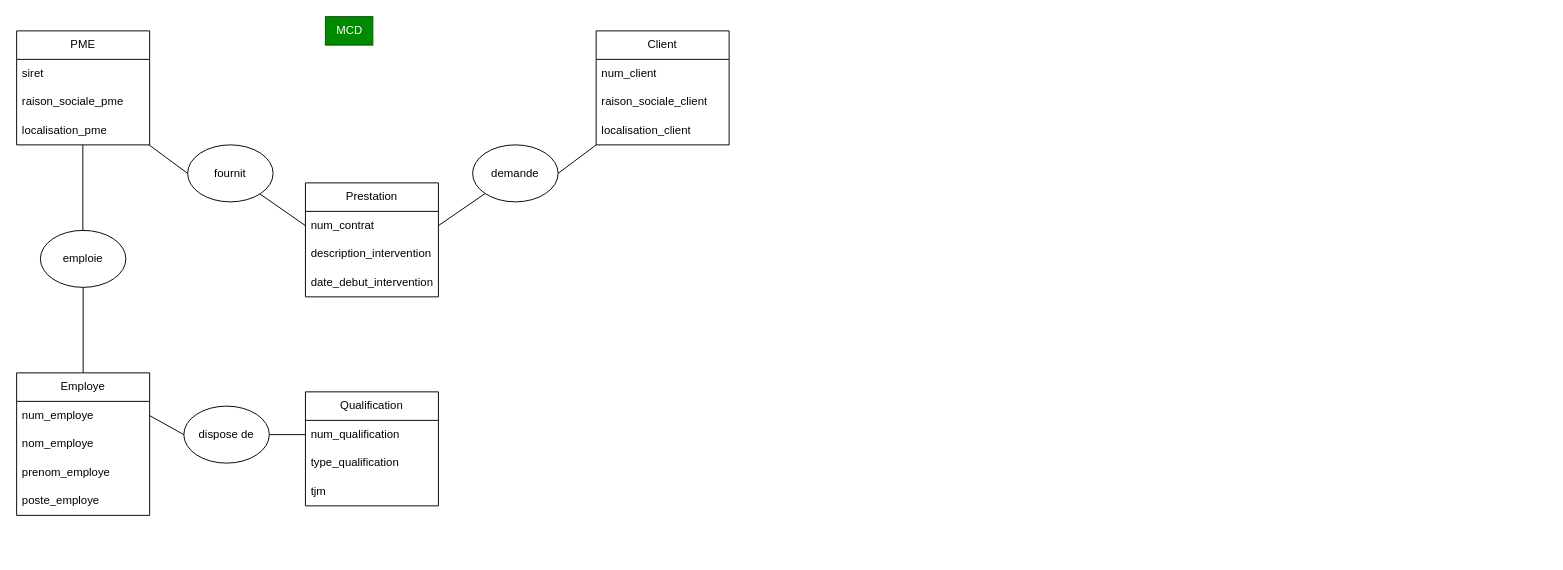
The draw.io diagram Formation_CDA/99_Remediation/01_ModélisationBDD/Sujet1.drawio in JaceyStew6/CDA_M2i, before the edit. Source tidied: cells renumbered, new cells numbered last; positions are measured from the earlier drawing's top-left corner, leaving out a move shared by most shapes. Both pictures are drawn from the tidied source at 95%, with x=0, y=0 at pixel (16, 16).
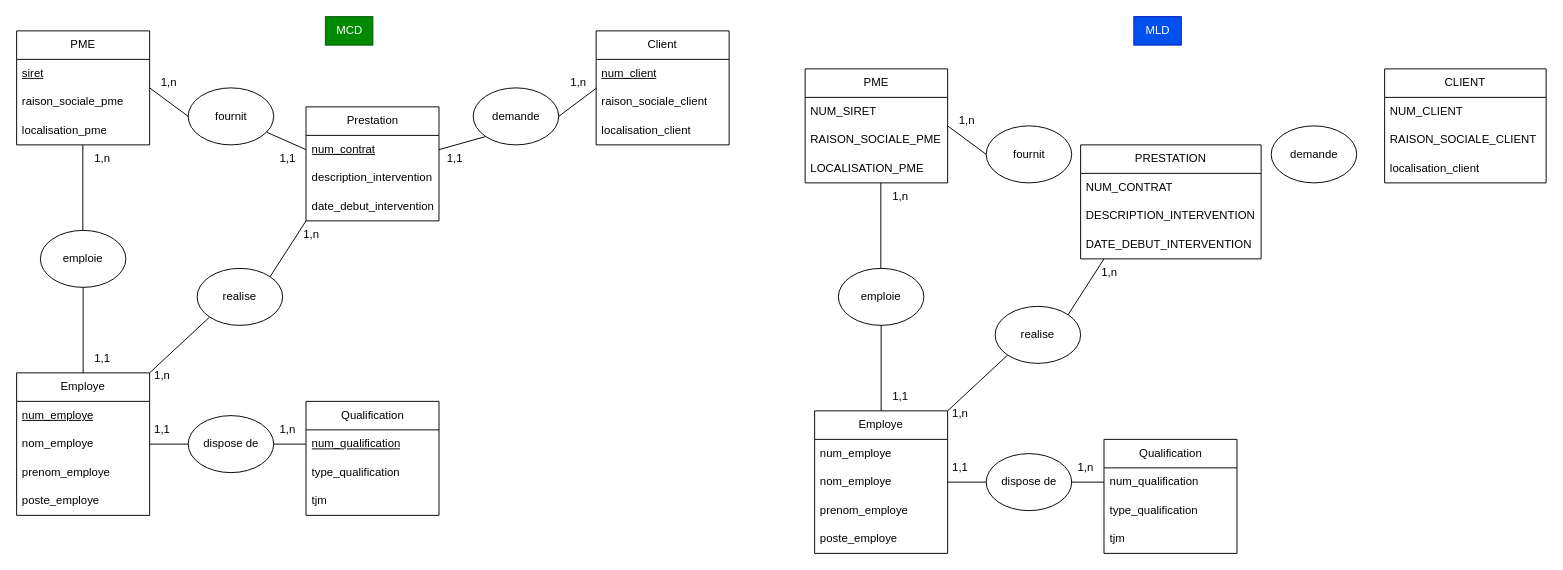
Above is the later version.

Commit message:
Remediation: maj sujet 1 modelisation BDD

The change refers to these unchanged cells:
```xml
<mxCell id="2" value="Employe" style="swimlane;fontStyle=0;horizontal=1;startSize=30;whiteSpace=wrap;html=1;" parent="1" vertex="1">
  <mxGeometry y="375" width="140" height="150" as="geometry" />
</mxCell>
<mxCell id="4" value="nom_employe" style="text;strokeColor=none;fillColor=none;align=left;verticalAlign=middle;spacingLeft=4;spacingRight=4;overflow=hidden;points=[[0,0.5],[1,0.5]];portConstraint=eastwest;whiteSpace=wrap;html=1;" parent="2" vertex="1">
  <mxGeometry y="60" width="140" height="30" as="geometry" />
</mxCell>
<mxCell id="7" value="Client" style="swimlane;fontStyle=0;horizontal=1;startSize=30;whiteSpace=wrap;html=1;" parent="1" vertex="1">
  <mxGeometry x="610" y="15" width="140" height="120" as="geometry" />
</mxCell>
<mxCell id="10" value="localisation_client" style="text;strokeColor=none;fillColor=none;align=left;verticalAlign=middle;spacingLeft=4;spacingRight=4;overflow=hidden;points=[[0,0.5],[1,0.5]];portConstraint=eastwest;whiteSpace=wrap;html=1;" parent="7" vertex="1">
  <mxGeometry y="90" width="140" height="30" as="geometry" />
</mxCell>
<mxCell id="11" value="PME" style="swimlane;fontStyle=0;horizontal=1;startSize=30;whiteSpace=wrap;html=1;" parent="1" vertex="1">
  <mxGeometry y="15" width="140" height="120" as="geometry" />
</mxCell>
```

What changed in the source:
```diff
@@
-    <mxCell id="3" value="num_employe" style="text;strokeColor=none;fillColor=none;align=left;verticalAlign=middle;spacingLeft=4;spacingRight=4;overflow=hidden;points=[[0,0.5],[1,0.5]];portConstraint=eastwest;whiteSpace=wrap;html=1;" parent="2" vertex="1">
+    <mxCell id="3" value="&lt;u&gt;num_employe&lt;/u&gt;" style="text;strokeColor=none;fillColor=none;align=left;verticalAlign=middle;spacingLeft=4;spacingRight=4;overflow=hidden;points=[[0,0.5],[1,0.5]];portConstraint=eastwest;whiteSpace=wrap;html=1;" parent="2" vertex="1">
       <mxGeometry y="30" width="140" height="30" as="geometry" />
     </mxCell>
@@
-    <mxCell id="8" value="num_client" style="text;strokeColor=none;fillColor=none;align=left;verticalAlign=middle;spacingLeft=4;spacingRight=4;overflow=hidden;whiteSpace=wrap;html=1;" parent="7" vertex="1">
+    <mxCell id="8" value="&lt;u&gt;num_client&lt;/u&gt;" style="text;strokeColor=none;fillColor=none;align=left;verticalAlign=middle;spacingLeft=4;spacingRight=4;overflow=hidden;whiteSpace=wrap;html=1;" parent="7" vertex="1">
       <mxGeometry y="30" width="140" height="30" as="geometry" />
     </mxCell>
@@
-    <mxCell id="12" value="siret" style="text;strokeColor=none;fillColor=none;align=left;verticalAlign=middle;spacingLeft=4;spacingRight=4;overflow=hidden;whiteSpace=wrap;html=1;" parent="11" vertex="1">
+    <mxCell id="12" value="&lt;u&gt;siret&lt;/u&gt;" style="text;strokeColor=none;fillColor=none;align=left;verticalAlign=middle;spacingLeft=4;spacingRight=4;overflow=hidden;whiteSpace=wrap;html=1;" parent="11" vertex="1">
       <mxGeometry y="30" width="140" height="30" as="geometry" />
     </mxCell>
@@
     <mxCell id="15" value="Prestation" style="swimlane;fontStyle=0;horizontal=1;startSize=30;whiteSpace=wrap;html=1;" parent="1" vertex="1">
-      <mxGeometry x="304" y="175" width="140" height="120" as="geometry" />
+      <mxGeometry x="304.6" y="95" width="140" height="120" as="geometry" />
     </mxCell>
-    <mxCell id="16" value="num_contrat" style="text;strokeColor=none;fillColor=none;align=left;verticalAlign=middle;spacingLeft=4;spacingRight=4;overflow=hidden;points=[[0,0.5],[1,0.5]];portConstraint=eastwest;whiteSpace=wrap;html=1;" parent="15" vertex="1">
+    <mxCell id="16" value="&lt;u&gt;num_contrat&lt;/u&gt;" style="text;strokeColor=none;fillColor=none;align=left;verticalAlign=middle;spacingLeft=4;spacingRight=4;overflow=hidden;points=[[0,0.5],[1,0.5]];portConstraint=eastwest;whiteSpace=wrap;html=1;" parent="15" vertex="1">
       <mxGeometry y="30" width="140" height="30" as="geometry" />
     </mxCell>
@@
     <mxCell id="19" value="Qualification" style="swimlane;fontStyle=0;horizontal=1;startSize=30;whiteSpace=wrap;html=1;" parent="1" vertex="1">
-      <mxGeometry x="304" y="395" width="140" height="120" as="geometry" />
+      <mxGeometry x="304.6" y="405" width="140" height="120" as="geometry" />
     </mxCell>
-    <mxCell id="20" value="num_qualification" style="text;strokeColor=none;fillColor=none;align=left;verticalAlign=middle;spacingLeft=4;spacingRight=4;overflow=hidden;points=[[0,0.5],[1,0.5]];portConstraint=eastwest;whiteSpace=wrap;html=1;" parent="19" vertex="1">
+    <mxCell id="20" value="&lt;u&gt;num_qualification&lt;/u&gt;" style="text;strokeColor=none;fillColor=none;align=left;verticalAlign=middle;spacingLeft=4;spacingRight=4;overflow=hidden;points=[[0,0.5],[1,0.5]];portConstraint=eastwest;whiteSpace=wrap;html=1;" parent="19" vertex="1">
       <mxGeometry y="30" width="140" height="30" as="geometry" />
     </mxCell>
@@
     <mxCell id="24" value="fournit" style="ellipse;whiteSpace=wrap;html=1;" parent="1" vertex="1">
-      <mxGeometry x="180" y="135" width="90" height="60" as="geometry" />
+      <mxGeometry x="180.6" y="75" width="90" height="60" as="geometry" />
     </mxCell>
     <mxCell id="25" value="demande" style="ellipse;whiteSpace=wrap;html=1;" parent="1" vertex="1">
-      <mxGeometry x="480" y="135" width="90" height="60" as="geometry" />
+      <mxGeometry x="480.6" y="75" width="90" height="60" as="geometry" />
     </mxCell>
     <mxCell id="26" value="dispose de" style="ellipse;whiteSpace=wrap;html=1;" parent="1" vertex="1">
-      <mxGeometry x="176" y="410" width="90" height="60" as="geometry" />
+      <mxGeometry x="180.6" y="420" width="90" height="60" as="geometry" />
     </mxCell>
@@
-    <mxCell id="28" style="endArrow=none;html=1;entryX=0;entryY=0.5;entryDx=0;entryDy=0;exitX=1;exitY=0.5;exitDx=0;exitDy=0;" parent="1" edge="1" source="3" target="26">
+    <mxCell id="28" style="endArrow=none;html=1;entryX=0;entryY=0.5;entryDx=0;entryDy=0;exitX=1;exitY=0.5;exitDx=0;exitDy=0;" parent="1" edge="1" source="4" target="26">
       <mxGeometry relative="1" as="geometry" />
     </mxCell>
@@
     <mxCell id="31" style="endArrow=none;html=1;entryX=0;entryY=0.5;entryDx=0;entryDy=0;" parent="1" edge="1" target="24">
       <mxGeometry relative="1" as="geometry">
-        <mxPoint x="139.4" y="135" as="sourcePoint" />
+        <mxPoint x="140" y="75" as="sourcePoint" />
       </mxGeometry>
     </mxCell>
@@
-    <mxCell id="34" style="endArrow=none;html=1;entryX=0;entryY=1;entryDx=0;entryDy=0;exitX=1;exitY=0.5;exitDx=0;exitDy=0;entryPerimeter=0;" parent="1" edge="1" source="25" target="10">
-      <mxGeometry relative="1" as="geometry" />
+    <mxCell id="34" style="endArrow=none;html=1;entryX=0;entryY=1;entryDx=0;entryDy=0;exitX=1;exitY=0.5;exitDx=0;exitDy=0;entryPerimeter=0;" parent="1" edge="1" source="25">
+      <mxGeometry relative="1" as="geometry">
+        <mxPoint x="610.6" y="75" as="targetPoint" />
+      </mxGeometry>
     </mxCell>
@@
+    <mxCell id="36" value="1,n" style="text;html=1;align=center;verticalAlign=middle;strokeColor=none;fillColor=none;" parent="1" vertex="1">
+      <mxGeometry x="140" y="55" width="40" height="30" as="geometry" />
+    </mxCell>
+    <mxCell id="37" value="1,1" style="text;html=1;align=center;verticalAlign=middle;strokeColor=none;fillColor=none;" parent="1" vertex="1">
+      <mxGeometry x="264.6" y="135" width="40" height="30" as="geometry" />
+    </mxCell>
+    <mxCell id="38" value="1,n" style="text;html=1;align=center;verticalAlign=middle;strokeColor=none;fillColor=none;" parent="1" vertex="1">
+      <mxGeometry x="70" y="135" width="40" height="30" as="geometry" />
+    </mxCell>
+    <mxCell id="39" value="1,1" style="text;html=1;align=center;verticalAlign=middle;strokeColor=none;fillColor=none;" parent="1" vertex="1">
+      <mxGeometry x="70" y="345" width="40" height="30" as="geometry" />
+    </mxCell>
+    <mxCell id="40" value="realise" style="ellipse;whiteSpace=wrap;html=1;" parent="1" vertex="1">
+      <mxGeometry x="190" y="265" width="90" height="60" as="geometry" />
+    </mxCell>
+    <mxCell id="41" style="endArrow=none;html=1;exitX=0;exitY=1;exitDx=0;exitDy=0;entryX=1;entryY=0;entryDx=0;entryDy=0;" parent="1" edge="1" source="40" target="2">
+      <mxGeometry relative="1" as="geometry" />
+    </mxCell>
+    <mxCell id="42" style="endArrow=none;html=1;exitX=0;exitY=1;exitDx=0;exitDy=0;entryX=1;entryY=0;entryDx=0;entryDy=0;" parent="1" edge="1" target="40">
+      <mxGeometry relative="1" as="geometry">
+        <mxPoint x="304.6" y="215" as="sourcePoint" />
+      </mxGeometry>
+    </mxCell>
+    <mxCell id="43" value="1,n" style="text;html=1;align=center;verticalAlign=middle;strokeColor=none;fillColor=none;" parent="1" vertex="1">
+      <mxGeometry x="133" y="363" width="40" height="30" as="geometry" />
+    </mxCell>
+    <mxCell id="44" value="1,n" style="text;html=1;align=center;verticalAlign=middle;strokeColor=none;fillColor=none;" parent="1" vertex="1">
+      <mxGeometry x="290" y="215" width="40" height="30" as="geometry" />
+    </mxCell>
+    <mxCell id="45" value="1,1" style="text;html=1;align=center;verticalAlign=middle;strokeColor=none;fillColor=none;" parent="1" vertex="1">
+      <mxGeometry x="440.6" y="135" width="40" height="30" as="geometry" />
+    </mxCell>
+    <mxCell id="46" value="1,n" style="text;html=1;align=center;verticalAlign=middle;strokeColor=none;fillColor=none;" parent="1" vertex="1">
+      <mxGeometry x="570.6" y="55" width="40" height="30" as="geometry" />
+    </mxCell>
+    <mxCell id="47" value="1,1" style="text;html=1;align=center;verticalAlign=middle;strokeColor=none;fillColor=none;" parent="1" vertex="1">
+      <mxGeometry x="133" y="420" width="40" height="30" as="geometry" />
+    </mxCell>
+    <mxCell id="48" value="1,n" style="text;html=1;align=center;verticalAlign=middle;strokeColor=none;fillColor=none;" parent="1" vertex="1">
+      <mxGeometry x="264.6" y="420" width="40" height="30" as="geometry" />
+    </mxCell>
+    <mxCell id="49" value="Employe" style="swimlane;fontStyle=0;horizontal=1;startSize=30;whiteSpace=wrap;html=1;" parent="1" vertex="1">
+      <mxGeometry x="840" y="415" width="140" height="150" as="geometry" />
+    </mxCell>
+    <mxCell id="50" value="num_employe" style="text;strokeColor=none;fillColor=none;align=left;verticalAlign=middle;spacingLeft=4;spacingRight=4;overflow=hidden;whiteSpace=wrap;html=1;" parent="49" vertex="1">
+      <mxGeometry y="30" width="140" height="30" as="geometry" />
+    </mxCell>
+    <mxCell id="51" value="nom_employe" style="text;strokeColor=none;fillColor=none;align=left;verticalAlign=middle;spacingLeft=4;spacingRight=4;overflow=hidden;points=[[0,0.5],[1,0.5]];portConstraint=eastwest;whiteSpace=wrap;html=1;" parent="49" vertex="1">
+      <mxGeometry y="60" width="140" height="30" as="geometry" />
+    </mxCell>
+    <mxCell id="52" value="prenom_employe" style="text;strokeColor=none;fillColor=none;align=left;verticalAlign=middle;spacingLeft=4;spacingRight=4;overflow=hidden;whiteSpace=wrap;html=1;" parent="49" vertex="1">
+      <mxGeometry y="90" width="140" height="30" as="geometry" />
+    </mxCell>
+    <mxCell id="53" value="poste_employe" style="text;strokeColor=none;fillColor=none;align=left;verticalAlign=middle;spacingLeft=4;spacingRight=4;overflow=hidden;whiteSpace=wrap;html=1;" parent="49" vertex="1">
+      <mxGeometry y="120" width="140" height="30" as="geometry" />
+    </mxCell>
+    <mxCell id="54" value="CLIENT" style="swimlane;fontStyle=0;horizontal=1;startSize=30;whiteSpace=wrap;html=1;" parent="1" vertex="1">
+      <mxGeometry x="1440" y="55" width="170" height="120" as="geometry" />
+    </mxCell>
+    <mxCell id="55" value="NUM_CLIENT" style="text;strokeColor=none;fillColor=none;align=left;verticalAlign=middle;spacingLeft=4;spacingRight=4;overflow=hidden;whiteSpace=wrap;html=1;" parent="54" vertex="1">
+      <mxGeometry y="30" width="170" height="30" as="geometry" />
+    </mxCell>
+    <mxCell id="56" value="RAISON_SOCIALE_CLIENT" style="text;strokeColor=none;fillColor=none;align=left;verticalAlign=middle;spacingLeft=4;spacingRight=4;overflow=hidden;whiteSpace=wrap;html=1;" parent="54" vertex="1">
+      <mxGeometry y="60" width="170" height="30" as="geometry" />
+    </mxCell>
+    <mxCell id="57" value="localisation_client" style="text;strokeColor=none;fillColor=none;align=left;verticalAlign=middle;spacingLeft=4;spacingRight=4;overflow=hidden;whiteSpace=wrap;html=1;" parent="54" vertex="1">
+      <mxGeometry y="90" width="170" height="30" as="geometry" />
+    </mxCell>
+    <mxCell id="58" value="PME" style="swimlane;fontStyle=0;horizontal=1;startSize=30;whiteSpace=wrap;html=1;" parent="1" vertex="1">
+      <mxGeometry x="830" y="55" width="150" height="120" as="geometry" />
+    </mxCell>
+    <mxCell id="59" value="NUM_SIRET" style="text;strokeColor=none;fillColor=none;align=left;verticalAlign=middle;spacingLeft=4;spacingRight=4;overflow=hidden;whiteSpace=wrap;html=1;" parent="58" vertex="1">
+      <mxGeometry y="30" width="150" height="30" as="geometry" />
+    </mxCell>
+    <mxCell id="60" value="RAISON_SOCIALE_PME" style="text;strokeColor=none;fillColor=none;align=left;verticalAlign=middle;spacingLeft=4;spacingRight=4;overflow=hidden;whiteSpace=wrap;html=1;" parent="58" vertex="1">
+      <mxGeometry y="60" width="150" height="30" as="geometry" />
+    </mxCell>
+    <mxCell id="61" value="LOCALISATION_PME" style="text;strokeColor=none;fillColor=none;align=left;verticalAlign=middle;spacingLeft=4;spacingRight=4;overflow=hidden;whiteSpace=wrap;html=1;" parent="58" vertex="1">
+      <mxGeometry y="90" width="150" height="30" as="geometry" />
+    </mxCell>
+    <mxCell id="62" value="PRESTATION" style="swimlane;fontStyle=0;horizontal=1;startSize=30;whiteSpace=wrap;html=1;" parent="1" vertex="1">
+      <mxGeometry x="1120" y="135" width="190" height="120" as="geometry" />
+    </mxCell>
+    <mxCell id="63" value="NUM_CONTRAT" style="text;strokeColor=none;fillColor=none;align=left;verticalAlign=middle;spacingLeft=4;spacingRight=4;overflow=hidden;whiteSpace=wrap;html=1;" parent="62" vertex="1">
+      <mxGeometry y="30" width="190" height="30" as="geometry" />
+    </mxCell>
+    <mxCell id="64" value="DESCRIPTION_INTERVENTION" style="text;strokeColor=none;fillColor=none;align=left;verticalAlign=middle;spacingLeft=4;spacingRight=4;overflow=hidden;whiteSpace=wrap;html=1;" parent="62" vertex="1">
+      <mxGeometry y="60" width="190" height="30" as="geometry" />
+    </mxCell>
+    <mxCell id="65" value="DATE_DEBUT_INTERVENTION" style="text;strokeColor=none;fillColor=none;align=left;verticalAlign=middle;spacingLeft=4;spacingRight=4;overflow=hidden;whiteSpace=wrap;html=1;" parent="62" vertex="1">
+      <mxGeometry y="90" width="190" height="30" as="geometry" />
+    </mxCell>
+    <mxCell id="66" value="Qualification" style="swimlane;fontStyle=0;horizontal=1;startSize=30;whiteSpace=wrap;html=1;" parent="1" vertex="1">
+      <mxGeometry x="1144.6" y="445" width="140" height="120" as="geometry" />
+    </mxCell>
+    <mxCell id="67" value="num_qualification" style="text;strokeColor=none;fillColor=none;align=left;verticalAlign=middle;spacingLeft=4;spacingRight=4;overflow=hidden;points=[[0,0.5],[1,0.5]];portConstraint=eastwest;whiteSpace=wrap;html=1;" parent="66" vertex="1">
+      <mxGeometry y="30" width="140" height="30" as="geometry" />
+    </mxCell>
+    <mxCell id="68" value="type_qualification" style="text;strokeColor=none;fillColor=none;align=left;verticalAlign=middle;spacingLeft=4;spacingRight=4;overflow=hidden;whiteSpace=wrap;html=1;" parent="66" vertex="1">
+      <mxGeometry y="60" width="140" height="30" as="geometry" />
+    </mxCell>
+    <mxCell id="69" value="tjm" style="text;strokeColor=none;fillColor=none;align=left;verticalAlign=middle;spacingLeft=4;spacingRight=4;overflow=hidden;whiteSpace=wrap;html=1;" parent="66" vertex="1">
+      <mxGeometry y="90" width="140" height="30" as="geometry" />
+    </mxCell>
+    <mxCell id="70" value="emploie" style="ellipse;whiteSpace=wrap;html=1;" parent="1" vertex="1">
+      <mxGeometry x="865" y="265" width="90" height="60" as="geometry" />
+    </mxCell>
+    <mxCell id="71" value="fournit" style="ellipse;whiteSpace=wrap;html=1;" parent="1" vertex="1">
+      <mxGeometry x="1020.6" y="115" width="90" height="60" as="geometry" />
+    </mxCell>
+    <mxCell id="72" value="demande" style="ellipse;whiteSpace=wrap;html=1;" parent="1" vertex="1">
+      <mxGeometry x="1320.6" y="115" width="90" height="60" as="geometry" />
+    </mxCell>
+    <mxCell id="73" value="dispose de" style="ellipse;whiteSpace=wrap;html=1;" parent="1" vertex="1">
+      <mxGeometry x="1020.6" y="460" width="90" height="60" as="geometry" />
+    </mxCell>
+    <mxCell id="74" style="endArrow=none;html=1;entryX=0;entryY=0.5;entryDx=0;entryDy=0;exitX=1;exitY=0.5;exitDx=0;exitDy=0;" parent="1" edge="1" source="73" target="67">
+      <mxGeometry relative="1" as="geometry" />
+    </mxCell>
+    <mxCell id="75" style="endArrow=none;html=1;entryX=0;entryY=0.5;entryDx=0;entryDy=0;exitX=1;exitY=0.5;exitDx=0;exitDy=0;" parent="1" edge="1" source="51" target="73">
+      <mxGeometry relative="1" as="geometry" />
+    </mxCell>
+    <mxCell id="76" style="endArrow=none;html=1;" parent="1" edge="1" target="49">
+      <mxGeometry relative="1" as="geometry">
+        <mxPoint x="910" y="325" as="sourcePoint" />
+      </mxGeometry>
+    </mxCell>
+    <mxCell id="77" style="endArrow=none;html=1;" parent="1" edge="1">
+      <mxGeometry relative="1" as="geometry">
+        <mxPoint x="909.7" y="175" as="sourcePoint" />
+        <mxPoint x="909.7" y="265" as="targetPoint" />
+      </mxGeometry>
+    </mxCell>
+    <mxCell id="78" style="endArrow=none;html=1;entryX=0;entryY=0.5;entryDx=0;entryDy=0;" parent="1" edge="1" target="71">
+      <mxGeometry relative="1" as="geometry">
+        <mxPoint x="980" y="115" as="sourcePoint" />
+      </mxGeometry>
+    </mxCell>
+    <mxCell id="79" value="MLD" style="text;html=1;align=center;verticalAlign=middle;strokeColor=#001DBC;fillColor=#0050ef;fontColor=#ffffff;" parent="1" vertex="1">
+      <mxGeometry x="1176" width="50" height="30" as="geometry" />
+    </mxCell>
+    <mxCell id="80" value="1,n" style="text;html=1;align=center;verticalAlign=middle;strokeColor=none;fillColor=none;" parent="1" vertex="1">
+      <mxGeometry x="980" y="95" width="40" height="30" as="geometry" />
+    </mxCell>
+    <mxCell id="81" value="1,n" style="text;html=1;align=center;verticalAlign=middle;strokeColor=none;fillColor=none;" parent="1" vertex="1">
+      <mxGeometry x="910" y="175" width="40" height="30" as="geometry" />
+    </mxCell>
+    <mxCell id="82" value="1,1" style="text;html=1;align=center;verticalAlign=middle;strokeColor=none;fillColor=none;" parent="1" vertex="1">
+      <mxGeometry x="910" y="385" width="40" height="30" as="geometry" />
+    </mxCell>
+    <mxCell id="83" value="realise" style="ellipse;whiteSpace=wrap;html=1;" parent="1" vertex="1">
+      <mxGeometry x="1030" y="305" width="90" height="60" as="geometry" />
+    </mxCell>
+    <mxCell id="84" style="endArrow=none;html=1;exitX=0;exitY=1;exitDx=0;exitDy=0;entryX=1;entryY=0;entryDx=0;entryDy=0;" parent="1" edge="1" source="83" target="49">
+      <mxGeometry relative="1" as="geometry" />
+    </mxCell>
+    <mxCell id="85" style="endArrow=none;html=1;exitX=0;exitY=1;exitDx=0;exitDy=0;entryX=1;entryY=0;entryDx=0;entryDy=0;" parent="1" edge="1" target="83">
+      <mxGeometry relative="1" as="geometry">
+        <mxPoint x="1144.6" y="255" as="sourcePoint" />
+      </mxGeometry>
+    </mxCell>
+    <mxCell id="86" value="1,n" style="text;html=1;align=center;verticalAlign=middle;strokeColor=none;fillColor=none;" parent="1" vertex="1">
+      <mxGeometry x="973" y="403" width="40" height="30" as="geometry" />
+    </mxCell>
+    <mxCell id="87" value="1,n" style="text;html=1;align=center;verticalAlign=middle;strokeColor=none;fillColor=none;" parent="1" vertex="1">
+      <mxGeometry x="1130" y="255" width="40" height="30" as="geometry" />
+    </mxCell>
+    <mxCell id="88" value="1,1" style="text;html=1;align=center;verticalAlign=middle;strokeColor=none;fillColor=none;" parent="1" vertex="1">
+      <mxGeometry x="973" y="460" width="40" height="30" as="geometry" />
+    </mxCell>
+    <mxCell id="89" value="1,n" style="text;html=1;align=center;verticalAlign=middle;strokeColor=none;fillColor=none;" parent="1" vertex="1">
+      <mxGeometry x="1104.6" y="460" width="40" height="30" as="geometry" />
+    </mxCell>
```
